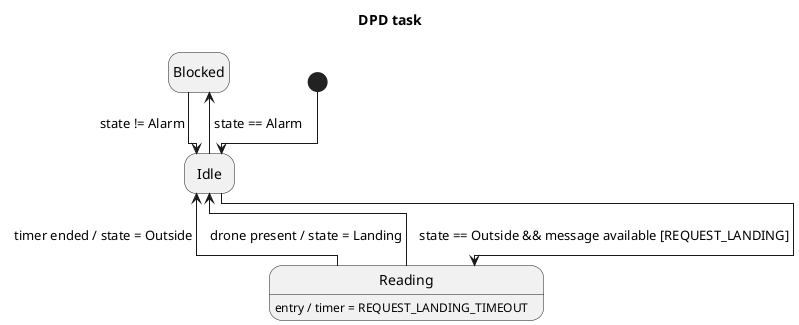
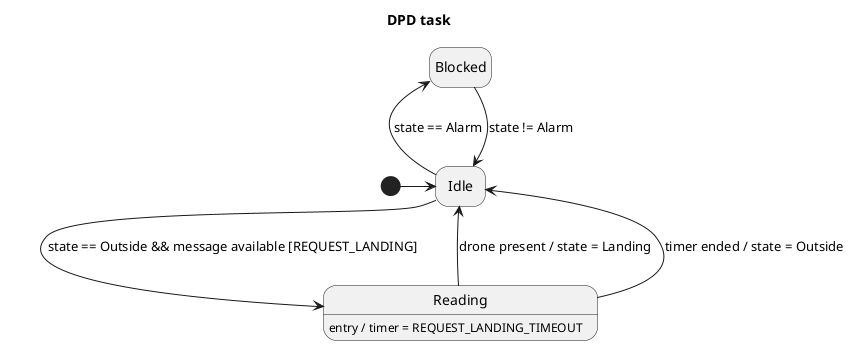
@startuml DPDTask
- !pragma layout elk
hide empty description

title "DPD task"

state start <<start>>

state "Idle" as idle

state "Blocked" as blocked

state "Reading" as reading
reading : entry / timer = REQUEST_LANDING_TIMEOUT

- start -d-> idle
+ start -r-> idle

- idle -l-> blocked : state == Alarm
- blocked -r-> idle : state != Alarm
+ idle -u-> blocked : state == Alarm
+ blocked -d-> idle : state != Alarm

- idle -r-> reading : state == Outside && message available [REQUEST_LANDING]
+ idle -d-> reading : state == Outside && message available [REQUEST_LANDING]

- reading -l-> idle : drone present / state = Landing
- reading -l-> idle : timer ended / state = Outside
+ reading -u-> idle : drone present / state = Landing
+ reading -u-> idle : timer ended / state = Outside

@enduml
